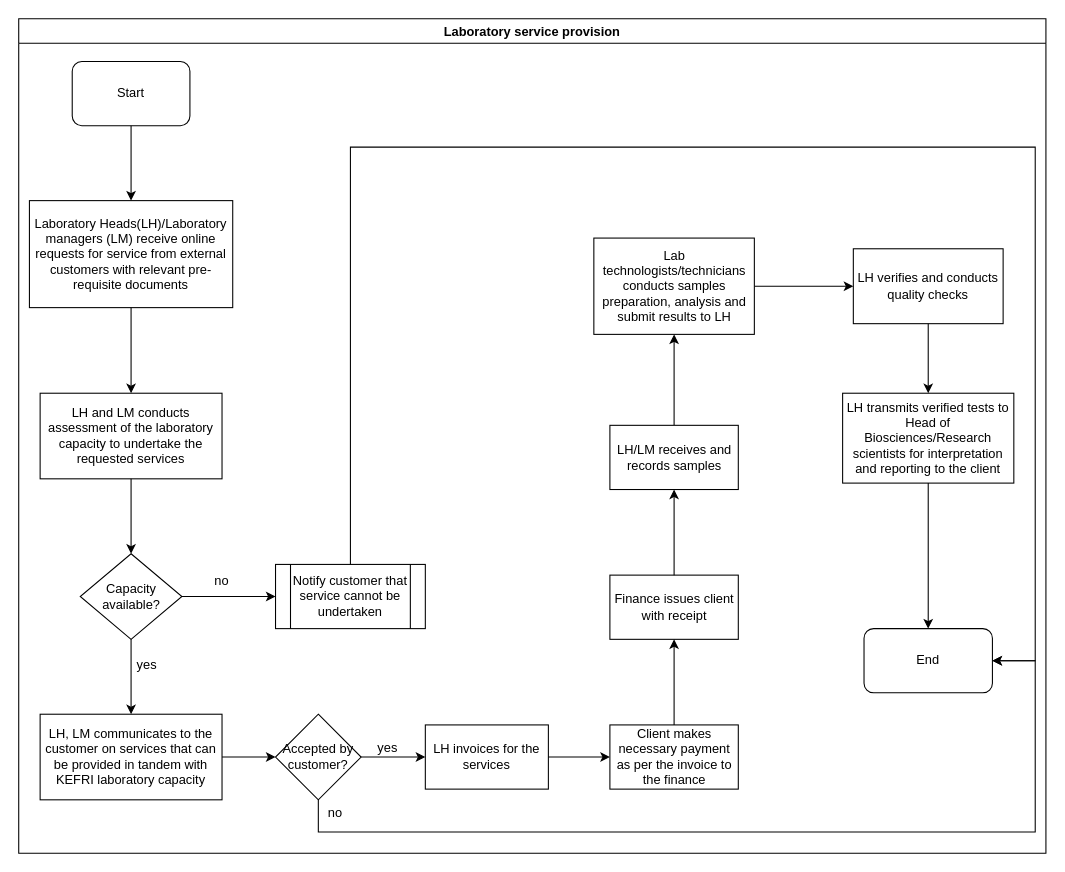
This is KEFRI-R&D-Laboratory service Provision-From External.drawio from kmagua/flowcharts, a draw.io file, before an edit. Source tidied: cells renumbered, new cells numbered last; positions are measured from the earlier drawing's top-left corner, leaving out a move shared by most shapes. Both pictures are drawn from the tidied source at 107%, with x=0, y=0 at pixel (18, 18).
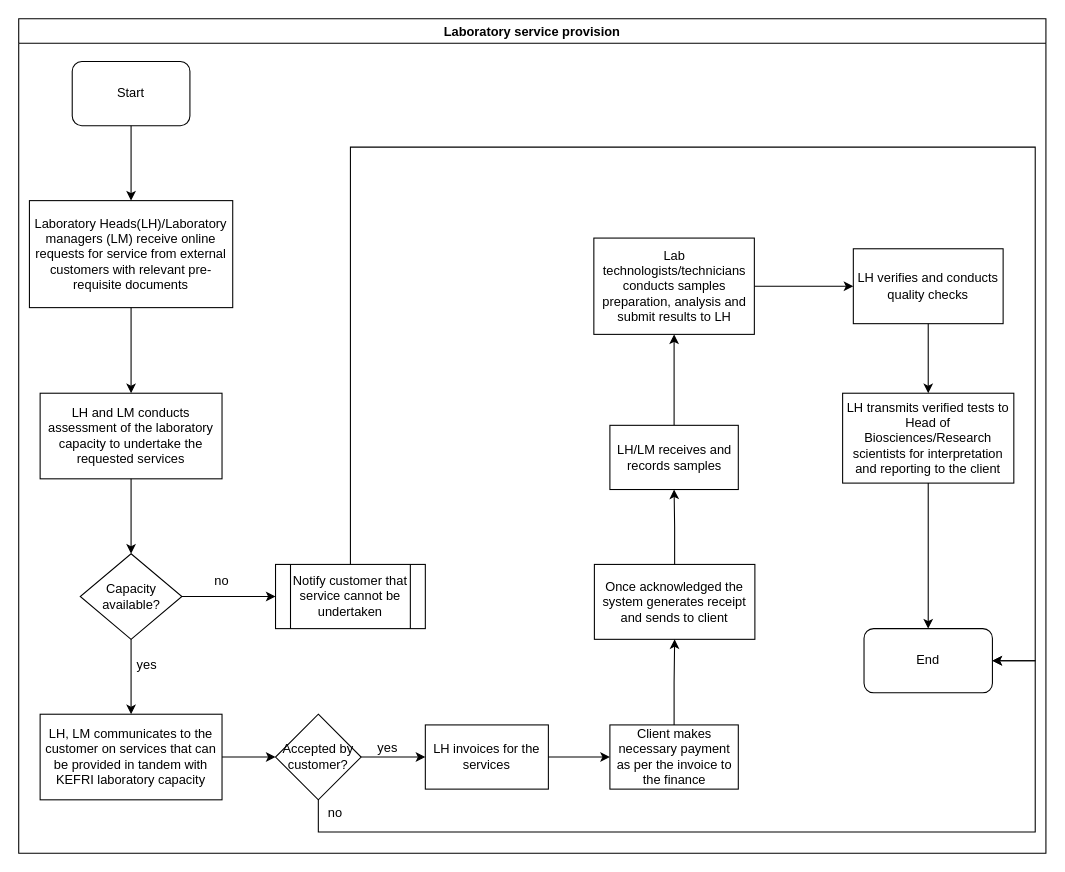
The same page after the edit.

Unchanged cells that the change refers to:
```xml
<mxCell id="2" value="Laboratory service provision" style="swimlane;" parent="1" vertex="1">
  <mxGeometry width="960" height="780" as="geometry" />
</mxCell>
```

The edit, as a diff of the source:
```diff
@@
-    <mxCell id="26" value="Finance issues client with receipt" style="whiteSpace=wrap;html=1;rounded=0;" parent="2" vertex="1">
-      <mxGeometry x="552.5" y="520" width="120" height="60" as="geometry" />
+    <mxCell id="26" value="Once acknowledged the system generates receipt and sends to client" style="whiteSpace=wrap;html=1;rounded=0;" parent="2" vertex="1">
+      <mxGeometry x="538" y="510" width="150" height="70" as="geometry" />
     </mxCell>
```
